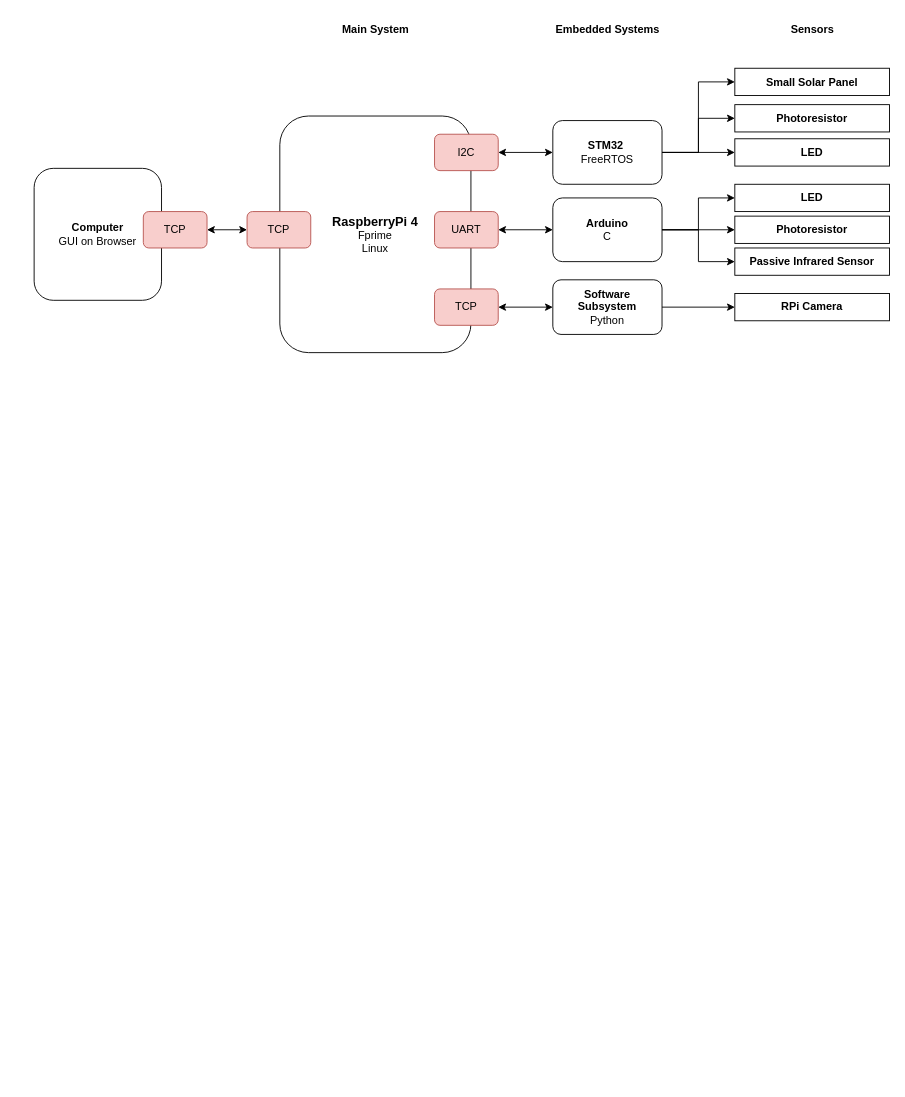
The draw.io diagram page "Hw Setup" (5 of 5) of topology.drawio in jsilveira1409/MESMO, before the edit. Source tidied: cells renumbered, new cells numbered last; positions are measured from the earlier drawing's top-left corner, leaving out a move shared by most shapes. Both pictures are drawn from the tidied source at 91%, with x=0, y=0 at pixel (34, 15).
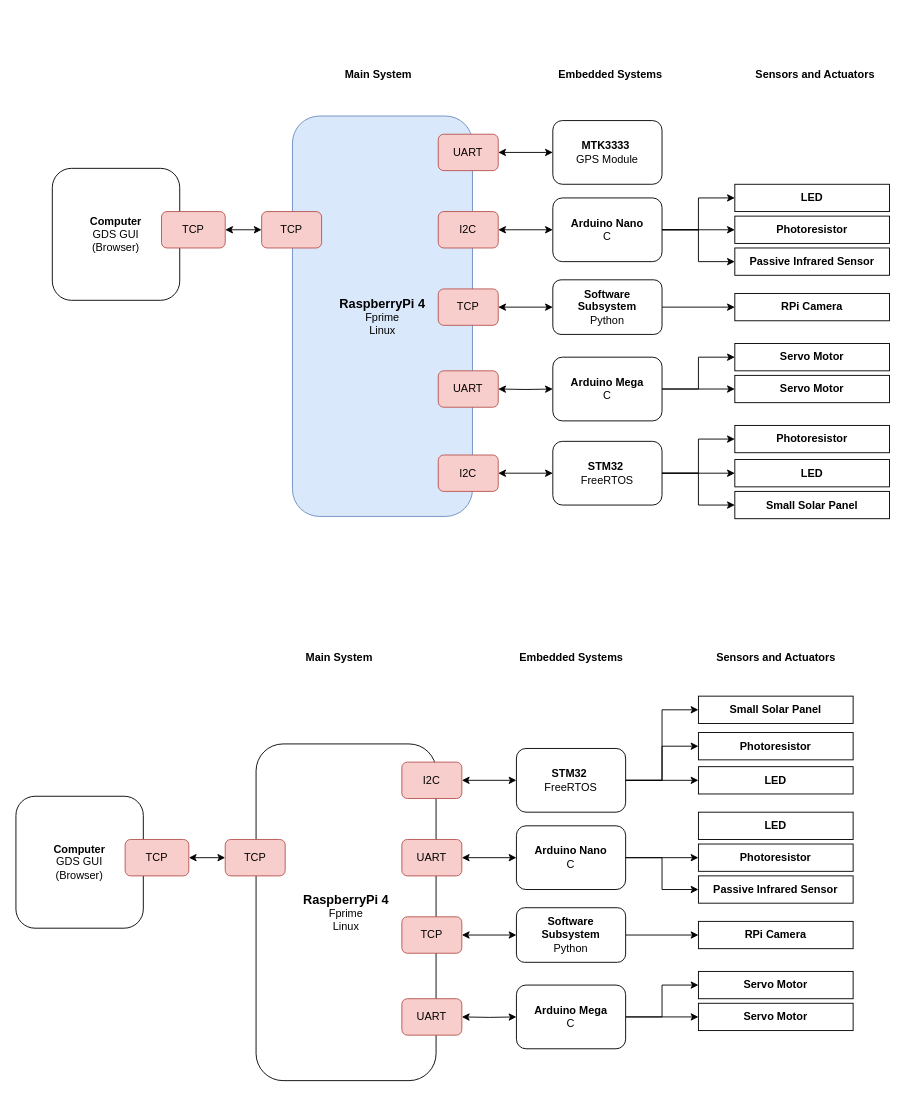
Above is the later version.

Change to the diagram source:
```diff
@@
-    <mxCell id="3" style="edgeStyle=orthogonalEdgeStyle;rounded=0;jettySize=auto;html=1;entryX=0;entryY=0.5;entryDx=0;entryDy=0;" parent="1" edge="1" source="6" target="18">
-      <mxGeometry relative="1" as="geometry" />
-    </mxCell>
-    <mxCell id="4" style="edgeStyle=orthogonalEdgeStyle;rounded=0;jettySize=auto;html=1;entryX=0;entryY=0.5;entryDx=0;entryDy=0;" parent="1" edge="1" source="6" target="19">
-      <mxGeometry relative="1" as="geometry">
-        <Array as="points">
-          <mxPoint x="730" y="150" />
-          <mxPoint x="730" y="113" />
-        </Array>
-      </mxGeometry>
-    </mxCell>
-    <mxCell id="5" style="edgeStyle=orthogonalEdgeStyle;rounded=0;jettySize=auto;html=1;entryX=0;entryY=0.5;entryDx=0;entryDy=0;" parent="1" edge="1" source="6" target="20">
-      <mxGeometry relative="1" as="geometry" />
-    </mxCell>
-    <mxCell id="6" value="&lt;b&gt;STM32&amp;nbsp;&lt;/b&gt;&lt;br&gt;FreeRTOS" style="rounded=1;whiteSpace=wrap;html=1;" parent="1" vertex="1">
+    <mxCell id="6" value="&lt;b&gt;MTK3333&amp;nbsp;&lt;/b&gt;&lt;br&gt;GPS Module" style="rounded=1;whiteSpace=wrap;html=1;" parent="1" vertex="1">
       <mxGeometry x="570" y="115" width="120" height="70" as="geometry" />
     </mxCell>
@@
-    <mxCell id="11" value="&lt;b&gt;Arduino&lt;/b&gt;&lt;br&gt;C" style="rounded=1;whiteSpace=wrap;html=1;" parent="1" vertex="1">
+    <mxCell id="11" value="&lt;b&gt;Arduino Nano&lt;/b&gt;&lt;br&gt;C" style="rounded=1;whiteSpace=wrap;html=1;" parent="1" vertex="1">
       <mxGeometry x="570" y="200" width="120" height="70" as="geometry" />
     </mxCell>
@@
-    <mxCell id="18" value="Small Solar Panel" style="rounded=0;whiteSpace=wrap;html=1;fontStyle=1;" parent="1" vertex="1">
-      <mxGeometry x="770" y="57.5" width="170" height="30" as="geometry" />
-    </mxCell>
-    <mxCell id="19" value="Photoresistor" style="rounded=0;whiteSpace=wrap;html=1;fontStyle=1;" parent="1" vertex="1">
-      <mxGeometry x="770" y="97.5" width="170" height="30" as="geometry" />
-    </mxCell>
-    <mxCell id="20" value="LED" style="rounded=0;whiteSpace=wrap;html=1;fontStyle=1;" parent="1" vertex="1">
-      <mxGeometry x="770" y="135" width="170" height="30" as="geometry" />
-    </mxCell>
@@
     <mxCell id="23" value="&lt;b&gt;Main System&lt;/b&gt;" style="text;html=1;align=center;verticalAlign=middle;strokeColor=none;fillColor=none;" parent="1" vertex="1">
-      <mxGeometry x="325" width="100" height="30" as="geometry" />
+      <mxGeometry x="327.5" y="50" width="100" height="30" as="geometry" />
     </mxCell>
     <mxCell id="24" value="&lt;b&gt;Embedded Systems&lt;br&gt;&lt;/b&gt;" style="text;html=1;align=center;verticalAlign=middle;strokeColor=none;fillColor=none;" parent="1" vertex="1">
-      <mxGeometry x="560" width="140" height="30" as="geometry" />
+      <mxGeometry x="562.5" y="50" width="140" height="30" as="geometry" />
     </mxCell>
-    <mxCell id="25" value="&lt;b&gt;Sensors&lt;br&gt;&lt;/b&gt;" style="text;html=1;align=center;verticalAlign=middle;strokeColor=none;fillColor=none;" parent="1" vertex="1">
-      <mxGeometry x="820" width="70" height="30" as="geometry" />
+    <mxCell id="25" value="&lt;b&gt;Sensors and Actuators&lt;br&gt;&lt;/b&gt;" style="text;html=1;align=center;verticalAlign=middle;strokeColor=none;fillColor=none;" parent="1" vertex="1">
+      <mxGeometry x="782.5" y="50" width="150" height="30" as="geometry" />
     </mxCell>
     <mxCell id="26" style="group;" parent="1" vertex="1">
-      <mxGeometry y="167.5" width="190" height="145" as="geometry" />
+      <mxGeometry x="20" y="167.5" width="190" height="145" as="geometry" />
     </mxCell>
-    <mxCell id="27" value="&lt;b&gt;Computer&lt;/b&gt;&lt;br&gt;GUI on Browser" style="rounded=1;whiteSpace=wrap;html=1;" parent="26" vertex="1">
+    <mxCell id="27" value="&lt;b&gt;Computer&lt;/b&gt;&lt;br&gt;GDS GUI &lt;br&gt;(Browser)" style="rounded=1;whiteSpace=wrap;html=1;" parent="26" vertex="1">
       <mxGeometry width="140" height="145" as="geometry" />
     </mxCell>
@@
     <mxCell id="29" style="group;" parent="1" vertex="1">
-      <mxGeometry x="234" y="110" width="276" height="260" as="geometry" />
+      <mxGeometry x="250" y="110" width="690" height="440" as="geometry" />
     </mxCell>
-    <mxCell id="30" value="&lt;b&gt;&lt;font style=&quot;font-size: 14px;&quot;&gt;RaspberryPi 4&lt;/font&gt;&lt;/b&gt;&lt;br&gt;Fprime&lt;br&gt;Linux" style="rounded=1;whiteSpace=wrap;html=1;" parent="29" vertex="1">
-      <mxGeometry x="36" width="210" height="260" as="geometry" />
+    <mxCell id="30" value="&lt;b&gt;&lt;font style=&quot;font-size: 14px;&quot;&gt;RaspberryPi 4&lt;/font&gt;&lt;/b&gt;&lt;br&gt;Fprime&lt;br&gt;Linux" style="rounded=1;whiteSpace=wrap;html=1;fillColor=#dae8fc;strokeColor=#6c8ebf;" parent="29" vertex="1">
+      <mxGeometry x="33.9" width="197.8" height="440" as="geometry" />
     </mxCell>
-    <mxCell id="31" value="I2C" style="rounded=1;whiteSpace=wrap;html=1;fillColor=#f8cecc;strokeColor=#b85450;" parent="29" vertex="1">
-      <mxGeometry x="206" y="20" width="70" height="40" as="geometry" />
+    <mxCell id="31" value="UART" style="rounded=1;whiteSpace=wrap;html=1;fillColor=#f8cecc;strokeColor=#b85450;" parent="29" vertex="1">
+      <mxGeometry x="194.1" y="20" width="65.9" height="40" as="geometry" />
     </mxCell>
-    <mxCell id="32" value="UART" style="rounded=1;whiteSpace=wrap;html=1;fillColor=#f8cecc;strokeColor=#b85450;" parent="29" vertex="1">
-      <mxGeometry x="206" y="105" width="70" height="40" as="geometry" />
+    <mxCell id="32" value="I2C" style="rounded=1;whiteSpace=wrap;html=1;fillColor=#f8cecc;strokeColor=#b85450;" parent="29" vertex="1">
+      <mxGeometry x="194.1" y="105" width="65.9" height="40" as="geometry" />
     </mxCell>
     <mxCell id="33" value="TCP" style="rounded=1;whiteSpace=wrap;html=1;fillColor=#f8cecc;strokeColor=#b85450;" parent="29" vertex="1">
-      <mxGeometry x="206" y="190" width="70" height="40" as="geometry" />
+      <mxGeometry x="194.1" y="190" width="65.9" height="40" as="geometry" />
     </mxCell>
     <mxCell id="34" value="TCP" style="rounded=1;whiteSpace=wrap;html=1;fillColor=#f8cecc;strokeColor=#b85450;" parent="29" vertex="1">
-      <mxGeometry y="105" width="70" height="40" as="geometry" />
+      <mxGeometry y="105" width="65.9" height="40" as="geometry" />
     </mxCell>
+    <mxCell id="35" value="UART" style="rounded=1;whiteSpace=wrap;html=1;fillColor=#f8cecc;strokeColor=#b85450;" parent="29" vertex="1">
+      <mxGeometry x="194.1" y="280" width="65.9" height="40" as="geometry" />
+    </mxCell>
+    <mxCell id="36" value="&lt;b&gt;STM32&amp;nbsp;&lt;/b&gt;&lt;br&gt;FreeRTOS" style="rounded=1;whiteSpace=wrap;html=1;" parent="29" vertex="1">
+      <mxGeometry x="320" y="357.5" width="120" height="70" as="geometry" />
+    </mxCell>
+    <mxCell id="37" value="Small Solar Panel" style="rounded=0;whiteSpace=wrap;html=1;fontStyle=1;" parent="29" vertex="1">
+      <mxGeometry x="520" y="412.5" width="170" height="30" as="geometry" />
+    </mxCell>
+    <mxCell id="38" style="edgeStyle=orthogonalEdgeStyle;rounded=0;jettySize=auto;html=1;entryX=0;entryY=0.5;entryDx=0;entryDy=0;" parent="29" edge="1" source="36" target="37">
+      <mxGeometry relative="1" as="geometry" />
+    </mxCell>
+    <mxCell id="39" value="Photoresistor" style="rounded=0;whiteSpace=wrap;html=1;fontStyle=1;" parent="29" vertex="1">
+      <mxGeometry x="520" y="340" width="170" height="30" as="geometry" />
+    </mxCell>
+    <mxCell id="40" style="edgeStyle=orthogonalEdgeStyle;rounded=0;jettySize=auto;html=1;entryX=0;entryY=0.5;entryDx=0;entryDy=0;" parent="29" edge="1" source="36" target="39">
+      <mxGeometry relative="1" as="geometry">
+        <Array as="points">
+          <mxPoint x="480" y="392.5" />
+          <mxPoint x="480" y="355.5" />
+        </Array>
+      </mxGeometry>
+    </mxCell>
+    <mxCell id="41" value="LED" style="rounded=0;whiteSpace=wrap;html=1;fontStyle=1;" parent="29" vertex="1">
+      <mxGeometry x="520" y="377.5" width="170" height="30" as="geometry" />
+    </mxCell>
+    <mxCell id="42" style="edgeStyle=orthogonalEdgeStyle;rounded=0;jettySize=auto;html=1;entryX=0;entryY=0.5;entryDx=0;entryDy=0;" parent="29" edge="1" source="36" target="41">
+      <mxGeometry relative="1" as="geometry" />
+    </mxCell>
+    <mxCell id="43" value="I2C" style="rounded=1;whiteSpace=wrap;html=1;fillColor=#f8cecc;strokeColor=#b85450;" parent="29" vertex="1">
+      <mxGeometry x="194.1" y="372.5" width="65.9" height="40" as="geometry" />
+    </mxCell>
+    <mxCell id="44" style="edgeStyle=orthogonalEdgeStyle;rounded=0;jettySize=auto;html=1;entryX=0;entryY=0.5;entryDx=0;entryDy=0;startArrow=classic;startFill=1;" parent="29" edge="1" source="43" target="36">
+      <mxGeometry relative="1" as="geometry" />
+    </mxCell>
+    <mxCell id="45" style="edgeStyle=orthogonalEdgeStyle;rounded=0;jettySize=auto;html=1;entryX=0;entryY=0.5;entryDx=0;entryDy=0;startArrow=classic;startFill=1;" parent="1" edge="1" target="48">
+      <mxGeometry relative="1" as="geometry">
+        <mxPoint x="510" y="410" as="sourcePoint" />
+      </mxGeometry>
+    </mxCell>
+    <mxCell id="46" style="edgeStyle=orthogonalEdgeStyle;rounded=0;jettySize=auto;html=1;entryX=0;entryY=0.5;entryDx=0;entryDy=0;" parent="1" edge="1" source="48" target="49">
+      <mxGeometry relative="1" as="geometry">
+        <Array as="points">
+          <mxPoint x="730" y="410" />
+          <mxPoint x="730" y="375" />
+        </Array>
+      </mxGeometry>
+    </mxCell>
+    <mxCell id="47" style="edgeStyle=orthogonalEdgeStyle;rounded=0;jettySize=auto;html=1;" parent="1" edge="1" source="48" target="50">
+      <mxGeometry relative="1" as="geometry" />
+    </mxCell>
+    <mxCell id="48" value="&lt;b&gt;Arduino Mega&lt;/b&gt;&lt;br&gt;C" style="rounded=1;whiteSpace=wrap;html=1;" parent="1" vertex="1">
+      <mxGeometry x="570" y="375" width="120" height="70" as="geometry" />
+    </mxCell>
+    <mxCell id="49" value="Servo Motor" style="rounded=0;whiteSpace=wrap;html=1;fontStyle=1;" parent="1" vertex="1">
+      <mxGeometry x="770" y="360" width="170" height="30" as="geometry" />
+    </mxCell>
+    <mxCell id="50" value="Servo Motor" style="rounded=0;whiteSpace=wrap;html=1;fontStyle=1;" parent="1" vertex="1">
+      <mxGeometry x="770" y="395" width="170" height="30" as="geometry" />
+    </mxCell>
+    <mxCell id="51" style="edgeStyle=orthogonalEdgeStyle;rounded=0;jettySize=auto;html=1;entryX=0;entryY=0.5;entryDx=0;entryDy=0;startArrow=classic;startFill=1;" parent="1" edge="1" source="79" target="55">
+      <mxGeometry relative="1" as="geometry" />
+    </mxCell>
+    <mxCell id="52" style="edgeStyle=orthogonalEdgeStyle;rounded=0;jettySize=auto;html=1;entryX=0;entryY=0.5;entryDx=0;entryDy=0;" parent="1" edge="1" source="55" target="66">
+      <mxGeometry relative="1" as="geometry" />
+    </mxCell>
+    <mxCell id="53" style="edgeStyle=orthogonalEdgeStyle;rounded=0;jettySize=auto;html=1;entryX=0;entryY=0.5;entryDx=0;entryDy=0;" parent="1" edge="1" source="55" target="67">
+      <mxGeometry relative="1" as="geometry">
+        <Array as="points">
+          <mxPoint x="690" y="840" />
+          <mxPoint x="690" y="803" />
+        </Array>
+      </mxGeometry>
+    </mxCell>
+    <mxCell id="54" style="edgeStyle=orthogonalEdgeStyle;rounded=0;jettySize=auto;html=1;entryX=0;entryY=0.5;entryDx=0;entryDy=0;" parent="1" edge="1" source="55" target="68">
+      <mxGeometry relative="1" as="geometry" />
+    </mxCell>
+    <mxCell id="55" value="&lt;b&gt;STM32&amp;nbsp;&lt;/b&gt;&lt;br&gt;FreeRTOS" style="rounded=1;whiteSpace=wrap;html=1;" parent="1" vertex="1">
+      <mxGeometry x="530" y="805" width="120" height="70" as="geometry" />
+    </mxCell>
+    <mxCell id="56" style="edgeStyle=orthogonalEdgeStyle;rounded=0;jettySize=auto;html=1;entryX=0;entryY=0.5;entryDx=0;entryDy=0;startArrow=classic;startFill=1;" parent="1" edge="1" source="80" target="59">
+      <mxGeometry relative="1" as="geometry" />
+    </mxCell>
+    <mxCell id="57" style="edgeStyle=orthogonalEdgeStyle;rounded=0;jettySize=auto;html=1;" parent="1" edge="1" source="59" target="65">
+      <mxGeometry relative="1" as="geometry" />
+    </mxCell>
+    <mxCell id="58" style="edgeStyle=orthogonalEdgeStyle;rounded=0;jettySize=auto;html=1;" parent="1" edge="1" source="59" target="70">
+      <mxGeometry relative="1" as="geometry" />
+    </mxCell>
+    <mxCell id="59" value="&lt;b&gt;Arduino Nano&lt;/b&gt;&lt;br&gt;C" style="rounded=1;whiteSpace=wrap;html=1;" parent="1" vertex="1">
+      <mxGeometry x="530" y="890" width="120" height="70" as="geometry" />
+    </mxCell>
+    <mxCell id="60" style="edgeStyle=orthogonalEdgeStyle;rounded=0;jettySize=auto;html=1;startArrow=classic;startFill=1;" parent="1" edge="1" source="81" target="62">
+      <mxGeometry relative="1" as="geometry" />
+    </mxCell>
+    <mxCell id="61" style="edgeStyle=orthogonalEdgeStyle;rounded=0;jettySize=auto;html=1;entryX=0;entryY=0.5;entryDx=0;entryDy=0;" parent="1" edge="1" source="62" target="69">
+      <mxGeometry relative="1" as="geometry" />
+    </mxCell>
+    <mxCell id="62" value="&lt;b&gt;Software Subsystem&lt;/b&gt;&lt;br&gt;Python" style="whiteSpace=wrap;html=1;rounded=1;" parent="1" vertex="1">
+      <mxGeometry x="530" y="980" width="120" height="60" as="geometry" />
+    </mxCell>
+    <mxCell id="63" style="edgeStyle=orthogonalEdgeStyle;rounded=0;jettySize=auto;html=1;entryX=0;entryY=0.5;entryDx=0;entryDy=0;startArrow=classic;startFill=1;" parent="1" edge="1" source="76" target="82">
+      <mxGeometry relative="1" as="geometry" />
+    </mxCell>
+    <mxCell id="64" value="LED" style="rounded=0;whiteSpace=wrap;html=1;fontStyle=1;" parent="1" vertex="1">
+      <mxGeometry x="730" y="875" width="170" height="30" as="geometry" />
+    </mxCell>
+    <mxCell id="65" value="Photoresistor" style="rounded=0;whiteSpace=wrap;html=1;fontStyle=1;" parent="1" vertex="1">
+      <mxGeometry x="730" y="910" width="170" height="30" as="geometry" />
+    </mxCell>
+    <mxCell id="66" value="Small Solar Panel" style="rounded=0;whiteSpace=wrap;html=1;fontStyle=1;" parent="1" vertex="1">
+      <mxGeometry x="730" y="747.5" width="170" height="30" as="geometry" />
+    </mxCell>
+    <mxCell id="67" value="Photoresistor" style="rounded=0;whiteSpace=wrap;html=1;fontStyle=1;" parent="1" vertex="1">
+      <mxGeometry x="730" y="787.5" width="170" height="30" as="geometry" />
+    </mxCell>
+    <mxCell id="68" value="LED" style="rounded=0;whiteSpace=wrap;html=1;fontStyle=1;" parent="1" vertex="1">
+      <mxGeometry x="730" y="825" width="170" height="30" as="geometry" />
+    </mxCell>
+    <mxCell id="69" value="RPi Camera" style="rounded=0;whiteSpace=wrap;html=1;fontStyle=1;" parent="1" vertex="1">
+      <mxGeometry x="730" y="995" width="170" height="30" as="geometry" />
+    </mxCell>
+    <mxCell id="70" value="Passive Infrared Sensor" style="rounded=0;whiteSpace=wrap;html=1;fontStyle=1;" parent="1" vertex="1">
+      <mxGeometry x="730" y="945" width="170" height="30" as="geometry" />
+    </mxCell>
+    <mxCell id="71" value="&lt;b&gt;Main System&lt;/b&gt;" style="text;html=1;align=center;verticalAlign=middle;strokeColor=none;fillColor=none;" parent="1" vertex="1">
+      <mxGeometry x="285" y="690" width="100" height="30" as="geometry" />
+    </mxCell>
+    <mxCell id="72" value="&lt;b&gt;Embedded Systems&lt;br&gt;&lt;/b&gt;" style="text;html=1;align=center;verticalAlign=middle;strokeColor=none;fillColor=none;" parent="1" vertex="1">
+      <mxGeometry x="520" y="690" width="140" height="30" as="geometry" />
+    </mxCell>
+    <mxCell id="73" value="&lt;b&gt;Sensors and Actuators&lt;br&gt;&lt;/b&gt;" style="text;html=1;align=center;verticalAlign=middle;strokeColor=none;fillColor=none;" parent="1" vertex="1">
+      <mxGeometry x="740" y="690" width="150" height="30" as="geometry" />
+    </mxCell>
+    <mxCell id="74" style="group;" parent="1" vertex="1">
+      <mxGeometry x="-20" y="857.5" width="190" height="145" as="geometry" />
+    </mxCell>
+    <mxCell id="75" value="&lt;b&gt;Computer&lt;/b&gt;&lt;br&gt;GDS GUI &lt;br&gt;(Browser)" style="rounded=1;whiteSpace=wrap;html=1;" parent="74" vertex="1">
+      <mxGeometry width="140" height="145" as="geometry" />
+    </mxCell>
+    <mxCell id="76" value="TCP" style="rounded=1;whiteSpace=wrap;html=1;fillColor=#f8cecc;strokeColor=#b85450;" parent="74" vertex="1">
+      <mxGeometry x="120" y="47.5" width="70" height="40" as="geometry" />
+    </mxCell>
+    <mxCell id="77" style="group;" parent="1" vertex="1">
+      <mxGeometry x="210" y="800" width="260" height="370" as="geometry" />
+    </mxCell>
+    <mxCell id="78" value="&lt;b&gt;&lt;font style=&quot;font-size: 14px;&quot;&gt;RaspberryPi 4&lt;/font&gt;&lt;/b&gt;&lt;br&gt;Fprime&lt;br&gt;Linux" style="rounded=1;whiteSpace=wrap;html=1;" parent="77" vertex="1">
+      <mxGeometry x="33.9" width="197.8" height="370" as="geometry" />
+    </mxCell>
+    <mxCell id="79" value="I2C" style="rounded=1;whiteSpace=wrap;html=1;fillColor=#f8cecc;strokeColor=#b85450;" parent="77" vertex="1">
+      <mxGeometry x="194.1" y="20" width="65.9" height="40" as="geometry" />
+    </mxCell>
+    <mxCell id="80" value="UART" style="rounded=1;whiteSpace=wrap;html=1;fillColor=#f8cecc;strokeColor=#b85450;" parent="77" vertex="1">
+      <mxGeometry x="194.1" y="105" width="65.9" height="40" as="geometry" />
+    </mxCell>
+    <mxCell id="81" value="TCP" style="rounded=1;whiteSpace=wrap;html=1;fillColor=#f8cecc;strokeColor=#b85450;" parent="77" vertex="1">
+      <mxGeometry x="194.1" y="190" width="65.9" height="40" as="geometry" />
+    </mxCell>
+    <mxCell id="82" value="TCP" style="rounded=1;whiteSpace=wrap;html=1;fillColor=#f8cecc;strokeColor=#b85450;" parent="77" vertex="1">
+      <mxGeometry y="105" width="65.9" height="40" as="geometry" />
+    </mxCell>
+    <mxCell id="83" value="UART" style="rounded=1;whiteSpace=wrap;html=1;fillColor=#f8cecc;strokeColor=#b85450;" parent="77" vertex="1">
+      <mxGeometry x="194.1" y="280" width="65.9" height="40" as="geometry" />
+    </mxCell>
+    <mxCell id="84" style="edgeStyle=orthogonalEdgeStyle;rounded=0;jettySize=auto;html=1;entryX=0;entryY=0.5;entryDx=0;entryDy=0;startArrow=classic;startFill=1;" parent="1" edge="1" target="87">
+      <mxGeometry relative="1" as="geometry">
+        <mxPoint x="470" y="1100" as="sourcePoint" />
+      </mxGeometry>
+    </mxCell>
+    <mxCell id="85" style="edgeStyle=orthogonalEdgeStyle;rounded=0;jettySize=auto;html=1;entryX=0;entryY=0.5;entryDx=0;entryDy=0;" parent="1" edge="1" source="87" target="88">
+      <mxGeometry relative="1" as="geometry">
+        <Array as="points">
+          <mxPoint x="690" y="1100" />
+          <mxPoint x="690" y="1065" />
+        </Array>
+      </mxGeometry>
+    </mxCell>
+    <mxCell id="86" style="edgeStyle=orthogonalEdgeStyle;rounded=0;jettySize=auto;html=1;" parent="1" edge="1" source="87" target="89">
+      <mxGeometry relative="1" as="geometry" />
+    </mxCell>
+    <mxCell id="87" value="&lt;b&gt;Arduino Mega&lt;/b&gt;&lt;br&gt;C" style="rounded=1;whiteSpace=wrap;html=1;" parent="1" vertex="1">
+      <mxGeometry x="530" y="1065" width="120" height="70" as="geometry" />
+    </mxCell>
+    <mxCell id="88" value="Servo Motor" style="rounded=0;whiteSpace=wrap;html=1;fontStyle=1;" parent="1" vertex="1">
+      <mxGeometry x="730" y="1050" width="170" height="30" as="geometry" />
+    </mxCell>
+    <mxCell id="89" value="Servo Motor" style="rounded=0;whiteSpace=wrap;html=1;fontStyle=1;" parent="1" vertex="1">
+      <mxGeometry x="730" y="1085" width="170" height="30" as="geometry" />
+    </mxCell>
```
